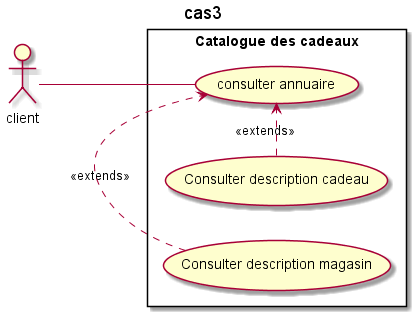
Before: out/DiagrammeDeChoixDeConception2/cas3.png, a diagram exported from PlantUML (ZeroAbsolue/infidelite).
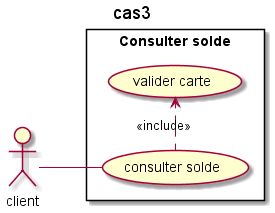
After the commit.

Change to the diagram source:
```diff
@@ -3,13 +3,11 @@
 left to right direction
 
 actor client as C
-rectangle "Catalogue des cadeaux" {
-    usecase "consulter annuaire" as UC1
-    usecase "Consulter description cadeau" as UC2
-    usecase "Consulter description magasin" as UC3
+rectangle "Consulter solde" {
+    usecase "consulter solde" as UC1
+    usecase "valider carte" as UC2
 
-    UC2 .> UC1 : <<extends>>
-    UC3 .> UC1 : <<extends>>
+    UC1 .> UC2 : <<include>>
 
 }
 
```
